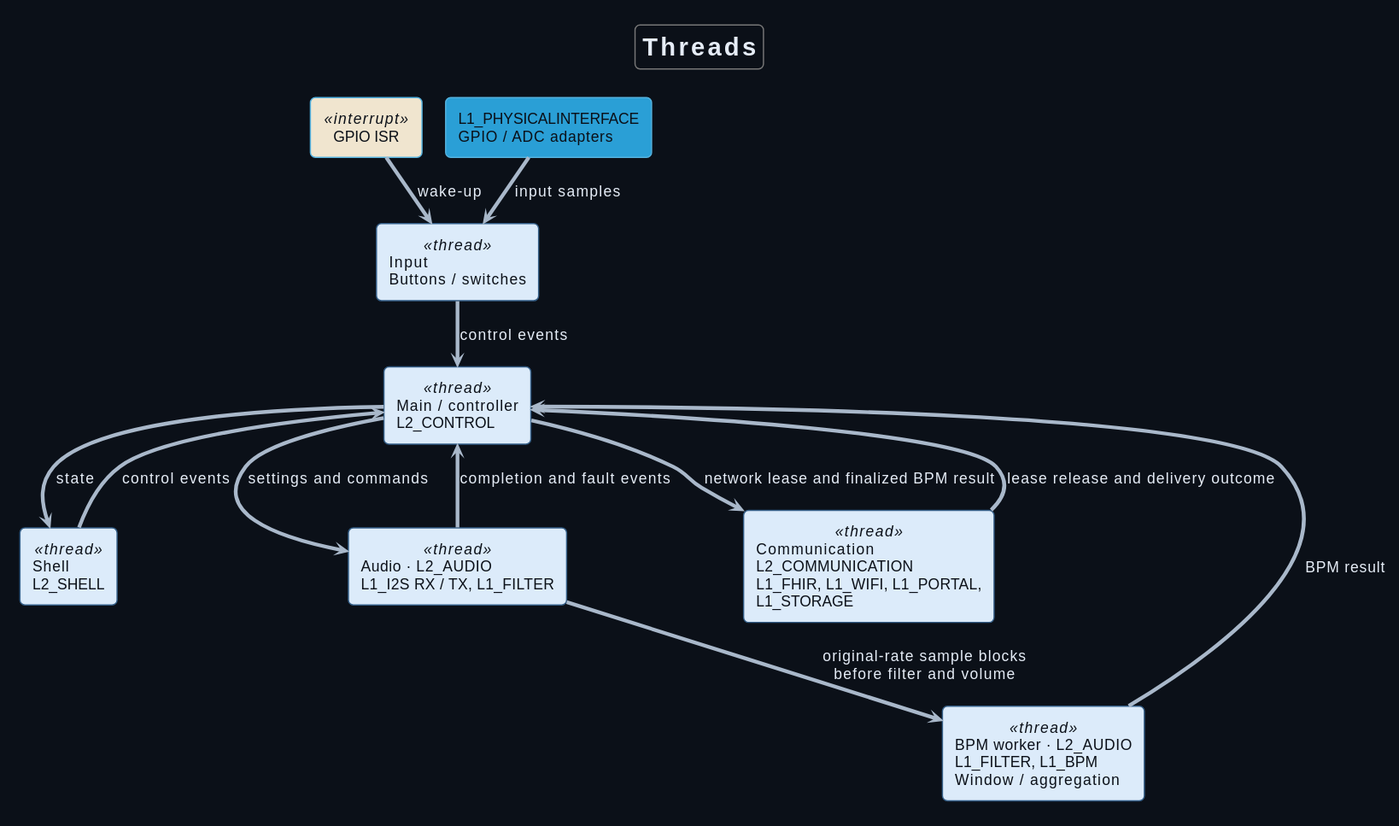
Before: Development/system/architecture/system/rendered/runtime_ownership.svg, a diagram exported from PlantUML (DemonicPsychoII/DigitalStethoscope).
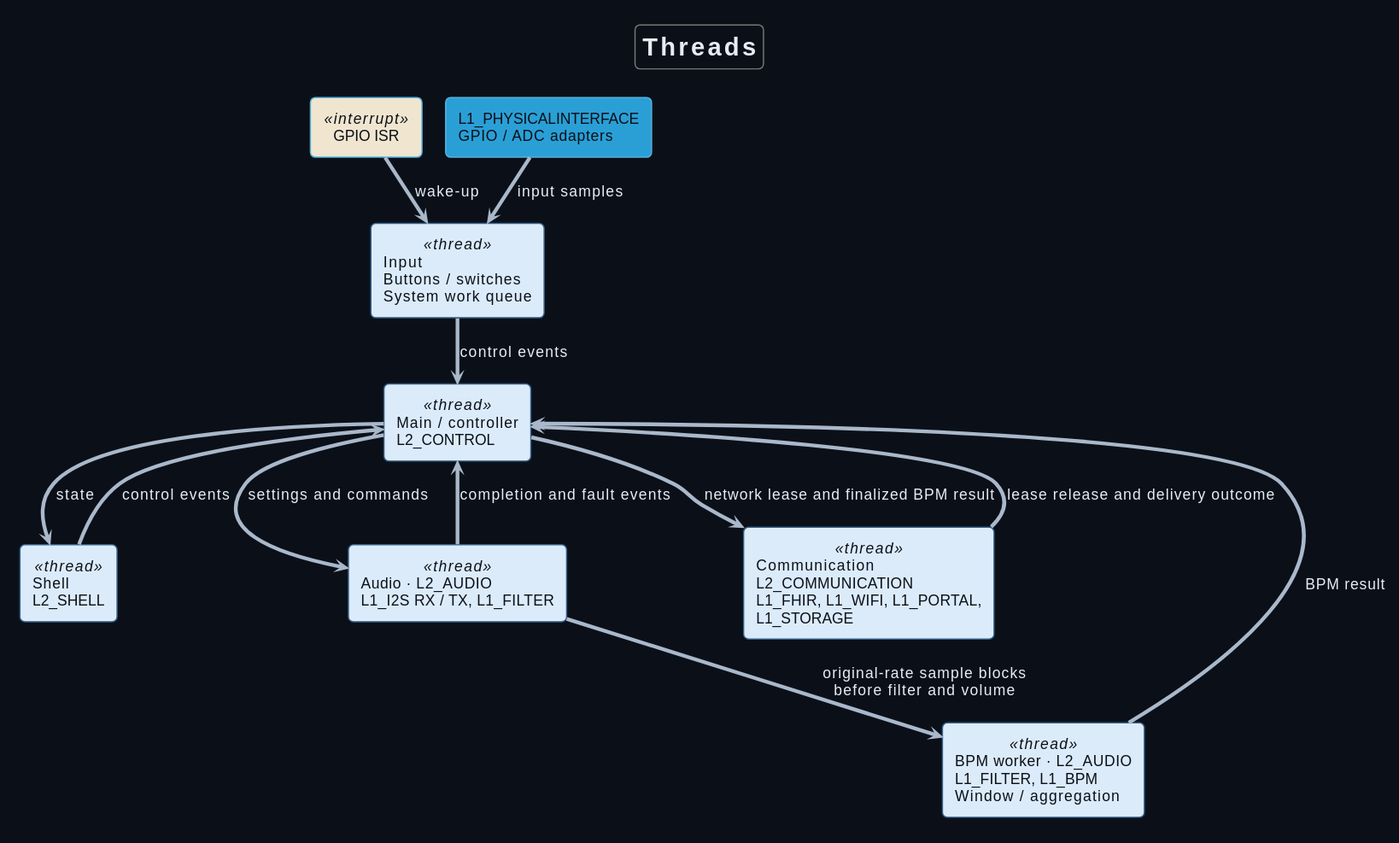
After the commit.

Commit message:
documentation: state that input runs on the system work queue

What changed in the source:
```diff
@@ -29,7 +29,7 @@
 }
 component "GPIO ISR" as irq <<interrupt>>
 component "L1_PHYSICALINTERFACE\nGPIO / ADC adapters" as adapters
-component "Input\nButtons / switches" as inp <<thread>>
+component "Input\nButtons / switches\nSystem work queue" as inp <<thread>>
 component "Shell\nL2_SHELL" as shell <<thread>>
 component "Main / controller\nL2_CONTROL" as ctl <<thread>>
 component "Audio · L2_AUDIO\nL1_I2S RX / TX, L1_FILTER" as audio <<thread>>
```
